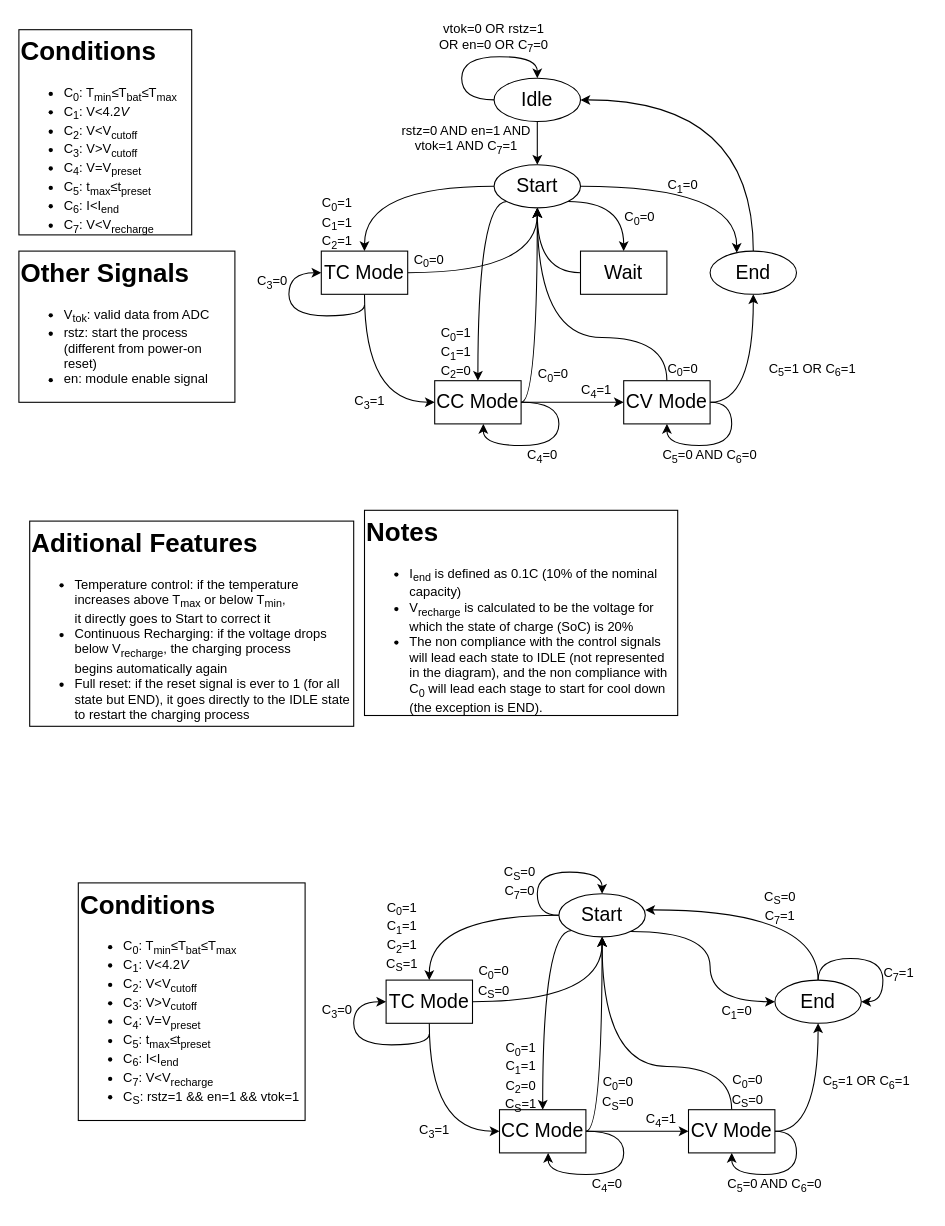
This is stateMachine.drawio from FranciscoPRosa/SoC, a draw.io file, before an edit. Source tidied: cells renumbered, new cells numbered last; positions are measured from the earlier drawing's top-left corner, leaving out a move shared by most shapes. Both pictures are drawn from the tidied source at 108%, with x=0, y=0 at pixel (18, 18).
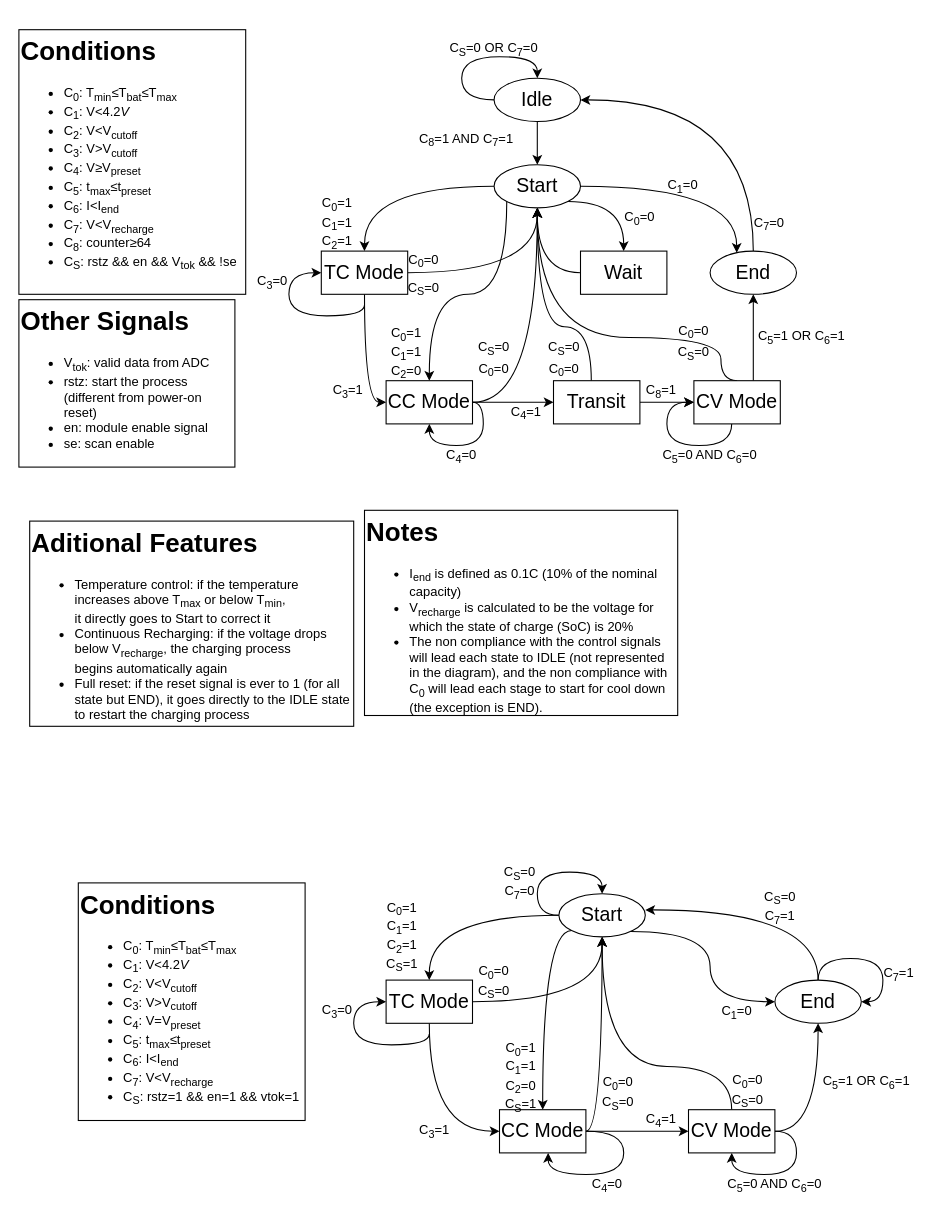
The same diagram, later.

The change refers to these unchanged cells:
```xml
<mxCell id="11" value="&lt;font style=&quot;font-size: 18px;&quot;&gt;Start&lt;/font&gt;" style="ellipse;whiteSpace=wrap;html=1;" parent="1" vertex="1">
  <mxGeometry x="440" y="135" width="80" height="40" as="geometry" />
</mxCell>
```

Diff of the diagram source:
```diff
@@
-    <mxCell id="6" value="&lt;h1 style=&quot;margin-top: 0px;&quot;&gt;Conditions&lt;/h1&gt;&lt;ul&gt;&lt;li&gt;C&lt;sub&gt;0&lt;/sub&gt;: T&lt;sub&gt;min&lt;/sub&gt;≤T&lt;sub&gt;bat&lt;/sub&gt;≤T&lt;sub&gt;max&lt;/sub&gt;&lt;/li&gt;&lt;li&gt;C&lt;sub&gt;1&lt;/sub&gt;: V&amp;lt;4.2&lt;i&gt;V&lt;/i&gt;&lt;/li&gt;&lt;li&gt;C&lt;sub&gt;2&lt;/sub&gt;: V&amp;lt;V&lt;sub&gt;cutoff&lt;/sub&gt;&lt;/li&gt;&lt;li&gt;C&lt;sub&gt;3&lt;/sub&gt;: V&amp;gt;V&lt;sub&gt;cutoff&lt;/sub&gt;&lt;/li&gt;&lt;li&gt;C&lt;sub&gt;4&lt;/sub&gt;: V=V&lt;sub&gt;preset&lt;/sub&gt;&lt;/li&gt;&lt;li&gt;C&lt;sub&gt;5&lt;/sub&gt;: t&lt;sub&gt;max&lt;/sub&gt;≤t&lt;sub&gt;preset&lt;/sub&gt;&lt;/li&gt;&lt;li&gt;C&lt;sub&gt;6&lt;/sub&gt;: I&amp;lt;I&lt;sub&gt;end&lt;/sub&gt;&lt;/li&gt;&lt;li&gt;C&lt;sub&gt;7&lt;/sub&gt;: V&amp;lt;V&lt;sub&gt;recharge&lt;/sub&gt;&lt;br&gt;&lt;/li&gt;&lt;/ul&gt;" style="text;html=1;whiteSpace=wrap;overflow=hidden;rounded=0;strokeColor=default;fillColor=default;" parent="1" vertex="1">
-      <mxGeometry y="10" width="160" height="190" as="geometry" />
+    <mxCell id="6" value="&lt;h1 style=&quot;margin-top: 0px;&quot;&gt;Conditions&lt;/h1&gt;&lt;ul&gt;&lt;li&gt;C&lt;sub&gt;0&lt;/sub&gt;: T&lt;sub&gt;min&lt;/sub&gt;≤T&lt;sub&gt;bat&lt;/sub&gt;≤T&lt;sub&gt;max&lt;/sub&gt;&lt;/li&gt;&lt;li&gt;C&lt;sub&gt;1&lt;/sub&gt;: V&amp;lt;4.2&lt;i&gt;V&lt;/i&gt;&lt;/li&gt;&lt;li&gt;C&lt;sub&gt;2&lt;/sub&gt;: V&amp;lt;V&lt;sub&gt;cutoff&lt;/sub&gt;&lt;/li&gt;&lt;li&gt;C&lt;sub&gt;3&lt;/sub&gt;: V&amp;gt;V&lt;sub&gt;cutoff&lt;/sub&gt;&lt;/li&gt;&lt;li&gt;C&lt;sub&gt;4&lt;/sub&gt;: V&lt;font&gt;≥&lt;/font&gt;V&lt;sub&gt;preset&lt;/sub&gt;&lt;/li&gt;&lt;li&gt;C&lt;sub&gt;5&lt;/sub&gt;: t&lt;sub&gt;max&lt;/sub&gt;≤t&lt;sub&gt;preset&lt;/sub&gt;&lt;/li&gt;&lt;li&gt;C&lt;sub&gt;6&lt;/sub&gt;: I&amp;lt;I&lt;sub&gt;end&lt;/sub&gt;&lt;/li&gt;&lt;li&gt;C&lt;sub&gt;7&lt;/sub&gt;: V&amp;lt;V&lt;sub&gt;recharge&lt;/sub&gt;&lt;/li&gt;&lt;li&gt;C&lt;sub&gt;8&lt;/sub&gt;: counter&lt;font&gt;≥64&lt;/font&gt;&lt;/li&gt;&lt;li&gt;C&lt;sub&gt;S&lt;/sub&gt;: rstz &amp;amp;&amp;amp; en &amp;amp;&amp;amp; V&lt;sub&gt;tok&lt;/sub&gt; &amp;amp;&amp;amp; !se&lt;br&gt;&lt;/li&gt;&lt;/ul&gt;" style="text;html=1;whiteSpace=wrap;overflow=hidden;rounded=0;strokeColor=default;fillColor=default;" parent="1" vertex="1">
+      <mxGeometry y="10" width="210" height="245" as="geometry" />
     </mxCell>
@@
     <mxCell id="9" style="edgeStyle=orthogonalEdgeStyle;rounded=0;jettySize=auto;html=1;exitX=0;exitY=1;exitDx=0;exitDy=0;curved=1;entryX=0.5;entryY=0;entryDx=0;entryDy=0;" parent="1" edge="1" source="11" target="16">
       <mxGeometry relative="1" as="geometry">
         <Array as="points">
-          <mxPoint x="425" y="169" />
+          <mxPoint x="452" y="255" />
+          <mxPoint x="380" y="255" />
         </Array>
       </mxGeometry>
     </mxCell>
@@
-    <mxCell id="14" style="edgeStyle=orthogonalEdgeStyle;rounded=0;jettySize=auto;html=1;" parent="1" edge="1" source="16" target="25">
+    <mxCell id="14" style="edgeStyle=orthogonalEdgeStyle;rounded=0;jettySize=auto;html=1;entryX=0;entryY=0.5;entryDx=0;entryDy=0;curved=1;" parent="1" edge="1" source="16" target="85">
       <mxGeometry relative="1" as="geometry" />
     </mxCell>
@@
     <mxCell id="16" value="&lt;font style=&quot;font-size: 18px;&quot;&gt;CC Mode&lt;/font&gt;" style="whiteSpace=wrap;html=1;rounded=0;" parent="1" vertex="1">
-      <mxGeometry x="385" y="335" width="80" height="40" as="geometry" />
+      <mxGeometry x="340" y="335" width="80" height="40" as="geometry" />
     </mxCell>
@@
-    <mxCell id="23" style="edgeStyle=orthogonalEdgeStyle;rounded=0;jettySize=auto;html=1;entryX=0.5;entryY=1;entryDx=0;entryDy=0;curved=1;" parent="1" edge="1" source="25" target="11">
+    <mxCell id="23" style="edgeStyle=orthogonalEdgeStyle;rounded=0;jettySize=auto;html=1;entryX=0.5;entryY=1;entryDx=0;entryDy=0;curved=1;exitX=0.5;exitY=0;exitDx=0;exitDy=0;" parent="1" edge="1" source="25" target="11">
       <mxGeometry relative="1" as="geometry">
         <Array as="points">
-          <mxPoint x="600" y="295" />
+          <mxPoint x="650" y="295" />
           <mxPoint x="480" y="295" />
         </Array>
       </mxGeometry>
     </mxCell>
-    <mxCell id="24" style="edgeStyle=orthogonalEdgeStyle;rounded=0;orthogonalLoop=1;jettySize=auto;html=1;entryX=0.5;entryY=1;entryDx=0;entryDy=0;curved=1;" parent="1" edge="1" source="25" target="25">
+    <mxCell id="24" style="edgeStyle=orthogonalEdgeStyle;rounded=0;orthogonalLoop=1;jettySize=auto;html=1;curved=1;entryX=0;entryY=0.5;entryDx=0;entryDy=0;" parent="1" edge="1" source="25" target="25">
       <mxGeometry relative="1" as="geometry">
         <Array as="points">
-          <mxPoint x="660" y="355" />
           <mxPoint x="660" y="395" />
           <mxPoint x="600" y="395" />
+          <mxPoint x="600" y="355" />
         </Array>
       </mxGeometry>
     </mxCell>
     <mxCell id="25" value="&lt;font style=&quot;font-size: 18px;&quot;&gt;CV Mode&lt;/font&gt;" style="whiteSpace=wrap;html=1;rounded=0;" parent="1" vertex="1">
-      <mxGeometry x="560" y="335" width="80" height="40" as="geometry" />
+      <mxGeometry x="625" y="335" width="80" height="40" as="geometry" />
     </mxCell>
@@
-    <mxCell id="27" style="edgeStyle=orthogonalEdgeStyle;rounded=0;jettySize=auto;html=1;curved=1;" parent="1" edge="1" source="16">
+    <mxCell id="27" style="edgeStyle=orthogonalEdgeStyle;rounded=0;orthogonalLoop=1;jettySize=auto;html=1;curved=1;entryX=0.5;entryY=1;entryDx=0;entryDy=0;" parent="1" edge="1" source="16" target="16">
       <mxGeometry relative="1" as="geometry">
-        <mxPoint x="430" y="375" as="targetPoint" />
         <Array as="points">
-          <mxPoint x="500" y="355" />
-          <mxPoint x="500" y="395" />
+          <mxPoint x="430" y="355" />
           <mxPoint x="430" y="395" />
-          <mxPoint x="430" y="375" />
+          <mxPoint x="380" y="395" />
         </Array>
       </mxGeometry>
     </mxCell>
     <mxCell id="28" value="&lt;div&gt;C&lt;sub&gt;0&lt;/sub&gt;=1&lt;/div&gt;&lt;div&gt;C&lt;sub&gt;1&lt;/sub&gt;=1&lt;/div&gt;&lt;div&gt;C&lt;sub&gt;2&lt;/sub&gt;=0&lt;br&gt;&lt;/div&gt;" style="text;html=1;align=center;verticalAlign=middle;whiteSpace=wrap;rounded=0;" parent="1" vertex="1">
-      <mxGeometry x="390" y="285" width="30" height="50" as="geometry" />
+      <mxGeometry x="344" y="285" width="30" height="50" as="geometry" />
     </mxCell>
@@
     <mxCell id="31" value="&lt;div&gt;C&lt;sub&gt;3&lt;/sub&gt;=1&lt;/div&gt;" style="text;html=1;align=center;verticalAlign=middle;whiteSpace=wrap;rounded=0;" parent="1" vertex="1">
-      <mxGeometry x="310" y="345" width="30" height="20" as="geometry" />
+      <mxGeometry x="290" y="335" width="30" height="20" as="geometry" />
     </mxCell>
     <mxCell id="32" value="&lt;div&gt;C&lt;sub&gt;4&lt;/sub&gt;=0&lt;/div&gt;" style="text;html=1;align=center;verticalAlign=middle;whiteSpace=wrap;rounded=0;" parent="1" vertex="1">
-      <mxGeometry x="470" y="395" width="30" height="20" as="geometry" />
+      <mxGeometry x="395" y="395" width="30" height="20" as="geometry" />
     </mxCell>
     <mxCell id="33" value="&lt;div&gt;C&lt;sub&gt;4&lt;/sub&gt;=1&lt;/div&gt;" style="text;html=1;align=center;verticalAlign=middle;whiteSpace=wrap;rounded=0;" parent="1" vertex="1">
-      <mxGeometry x="520" y="335" width="30" height="20" as="geometry" />
+      <mxGeometry x="455" y="355" width="30" height="20" as="geometry" />
     </mxCell>
@@
-    <mxCell id="35" value="&lt;h1 style=&quot;margin-top: 0px;&quot;&gt;Other Signals&lt;br&gt;&lt;/h1&gt;&lt;ul&gt;&lt;li&gt;V&lt;sub&gt;tok&lt;/sub&gt;: valid data from ADC&lt;/li&gt;&lt;li&gt;rstz: start the process (different from power-on reset)&lt;/li&gt;&lt;li&gt;en: module enable signal&lt;br&gt;&lt;/li&gt;&lt;/ul&gt;" style="text;html=1;whiteSpace=wrap;overflow=hidden;rounded=0;strokeColor=default;fillColor=default;" parent="1" vertex="1">
-      <mxGeometry y="215" width="200" height="140" as="geometry" />
+    <mxCell id="35" value="&lt;h1 style=&quot;margin-top: 0px;&quot;&gt;Other Signals&lt;br&gt;&lt;/h1&gt;&lt;ul&gt;&lt;li&gt;V&lt;sub&gt;tok&lt;/sub&gt;: valid data from ADC&lt;/li&gt;&lt;li&gt;rstz: start the process (different from power-on reset)&lt;/li&gt;&lt;li&gt;en: module enable signal&lt;/li&gt;&lt;li&gt;se: scan enable&lt;br&gt;&lt;/li&gt;&lt;/ul&gt;" style="text;html=1;whiteSpace=wrap;overflow=hidden;rounded=0;strokeColor=default;fillColor=default;" parent="1" vertex="1">
+      <mxGeometry y="260" width="200" height="155" as="geometry" />
     </mxCell>
-    <mxCell id="36" value="rstz=0 AND en=1 AND vtok=1 AND C&lt;sub&gt;7&lt;/sub&gt;=1" style="text;html=1;align=center;verticalAlign=middle;whiteSpace=wrap;rounded=0;" parent="1" vertex="1">
+    <mxCell id="36" value="C&lt;sub&gt;8&lt;/sub&gt;=1 AND C&lt;sub&gt;7&lt;/sub&gt;=1" style="text;html=1;align=center;verticalAlign=middle;whiteSpace=wrap;rounded=0;" parent="1" vertex="1">
       <mxGeometry x="350" y="97" width="129" height="30" as="geometry" />
     </mxCell>
-    <mxCell id="37" value="&lt;div&gt;vtok=0 OR rstz=1&lt;/div&gt;&lt;div&gt;OR en=0 OR C&lt;sub&gt;7&lt;/sub&gt;=0&lt;br&gt;&lt;/div&gt;" style="text;html=1;align=center;verticalAlign=middle;whiteSpace=wrap;rounded=0;" parent="1" vertex="1">
-      <mxGeometry x="385" width="110" height="35" as="geometry" />
+    <mxCell id="37" value="&lt;div&gt;C&lt;sub&gt;S&lt;/sub&gt;=0 OR C&lt;sub&gt;7&lt;/sub&gt;=0&lt;br&gt;&lt;/div&gt;" style="text;html=1;align=center;verticalAlign=middle;whiteSpace=wrap;rounded=0;" parent="1" vertex="1">
+      <mxGeometry x="385" y="10" width="110" height="35" as="geometry" />
     </mxCell>
     <mxCell id="38" value="&lt;div&gt;C&lt;sub&gt;0&lt;/sub&gt;=0&lt;/div&gt;" style="text;html=1;align=center;verticalAlign=middle;whiteSpace=wrap;rounded=0;" parent="1" vertex="1">
-      <mxGeometry x="480" y="320" width="30" height="20" as="geometry" />
+      <mxGeometry x="425" y="315" width="30" height="20" as="geometry" />
     </mxCell>
     <mxCell id="39" value="&lt;div&gt;C&lt;sub&gt;0&lt;/sub&gt;=0&lt;/div&gt;" style="text;html=1;align=center;verticalAlign=middle;whiteSpace=wrap;rounded=0;" parent="1" vertex="1">
-      <mxGeometry x="365" y="213.5" width="30" height="20" as="geometry" />
+      <mxGeometry x="360" y="213.5" width="30" height="20" as="geometry" />
     </mxCell>
     <mxCell id="40" value="&lt;div&gt;C&lt;sub&gt;0&lt;/sub&gt;=0&lt;/div&gt;" style="text;html=1;align=center;verticalAlign=middle;whiteSpace=wrap;rounded=0;" parent="1" vertex="1">
-      <mxGeometry x="600" y="315" width="30" height="20" as="geometry" />
+      <mxGeometry x="610" y="280" width="30" height="20" as="geometry" />
     </mxCell>
@@
     <mxCell id="45" value="&lt;div&gt;C&lt;sub&gt;5&lt;/sub&gt;=1 OR C&lt;sub&gt;6&lt;/sub&gt;=1&lt;/div&gt;" style="text;html=1;align=center;verticalAlign=middle;whiteSpace=wrap;rounded=0;" parent="1" vertex="1">
-      <mxGeometry x="690" y="315" width="90" height="20" as="geometry" />
+      <mxGeometry x="680" y="285" width="90" height="20" as="geometry" />
     </mxCell>
@@
+    <mxCell id="82" value="&lt;div&gt;C&lt;sub&gt;S&lt;/sub&gt;=0&lt;/div&gt;" style="text;html=1;align=center;verticalAlign=middle;whiteSpace=wrap;rounded=0;" parent="1" vertex="1">
+      <mxGeometry x="360" y="240" width="30" height="20" as="geometry" />
+    </mxCell>
+    <mxCell id="83" style="edgeStyle=orthogonalEdgeStyle;rounded=0;jettySize=auto;html=1;entryX=0.5;entryY=1;entryDx=0;entryDy=0;curved=1;" parent="1" edge="1" source="85" target="11">
+      <mxGeometry relative="1" as="geometry">
+        <Array as="points">
+          <mxPoint x="530" y="285" />
+          <mxPoint x="480" y="285" />
+        </Array>
+      </mxGeometry>
+    </mxCell>
+    <mxCell id="84" style="edgeStyle=orthogonalEdgeStyle;rounded=0;jettySize=auto;html=1;entryX=0;entryY=0.5;entryDx=0;entryDy=0;" parent="1" edge="1" source="85" target="25">
+      <mxGeometry relative="1" as="geometry" />
+    </mxCell>
+    <mxCell id="85" value="&lt;font style=&quot;font-size: 18px;&quot;&gt;Transit&lt;/font&gt;" style="whiteSpace=wrap;html=1;rounded=0;" parent="1" vertex="1">
+      <mxGeometry x="495" y="335" width="80" height="40" as="geometry" />
+    </mxCell>
+    <mxCell id="86" value="&lt;div&gt;C&lt;sub&gt;S&lt;/sub&gt;=0&lt;/div&gt;" style="text;html=1;align=center;verticalAlign=middle;whiteSpace=wrap;rounded=0;" parent="1" vertex="1">
+      <mxGeometry x="425" y="295" width="30" height="20" as="geometry" />
+    </mxCell>
+    <mxCell id="87" value="&lt;div&gt;C&lt;sub&gt;S&lt;/sub&gt;=0&lt;/div&gt;" style="text;html=1;align=center;verticalAlign=middle;whiteSpace=wrap;rounded=0;" parent="1" vertex="1">
+      <mxGeometry x="490" y="295" width="30" height="20" as="geometry" />
+    </mxCell>
+    <mxCell id="88" value="&lt;div&gt;C&lt;sub&gt;0&lt;/sub&gt;=0&lt;/div&gt;" style="text;html=1;align=center;verticalAlign=middle;whiteSpace=wrap;rounded=0;" parent="1" vertex="1">
+      <mxGeometry x="490" y="315" width="30" height="20" as="geometry" />
+    </mxCell>
+    <mxCell id="89" value="&lt;div&gt;C&lt;sub&gt;8&lt;/sub&gt;=1&lt;/div&gt;" style="text;html=1;align=center;verticalAlign=middle;whiteSpace=wrap;rounded=0;" parent="1" vertex="1">
+      <mxGeometry x="580" y="335" width="30" height="20" as="geometry" />
+    </mxCell>
+    <mxCell id="90" value="&lt;div&gt;C&lt;sub&gt;S&lt;/sub&gt;=0&lt;/div&gt;" style="text;html=1;align=center;verticalAlign=middle;whiteSpace=wrap;rounded=0;" parent="1" vertex="1">
+      <mxGeometry x="610" y="300" width="30" height="20" as="geometry" />
+    </mxCell>
+    <mxCell id="91" value="&lt;div&gt;C&lt;sub&gt;7&lt;/sub&gt;=0&lt;/div&gt;" style="text;html=1;align=center;verticalAlign=middle;whiteSpace=wrap;rounded=0;" parent="1" vertex="1">
+      <mxGeometry x="680" y="180" width="30" height="20" as="geometry" />
+    </mxCell>
```
